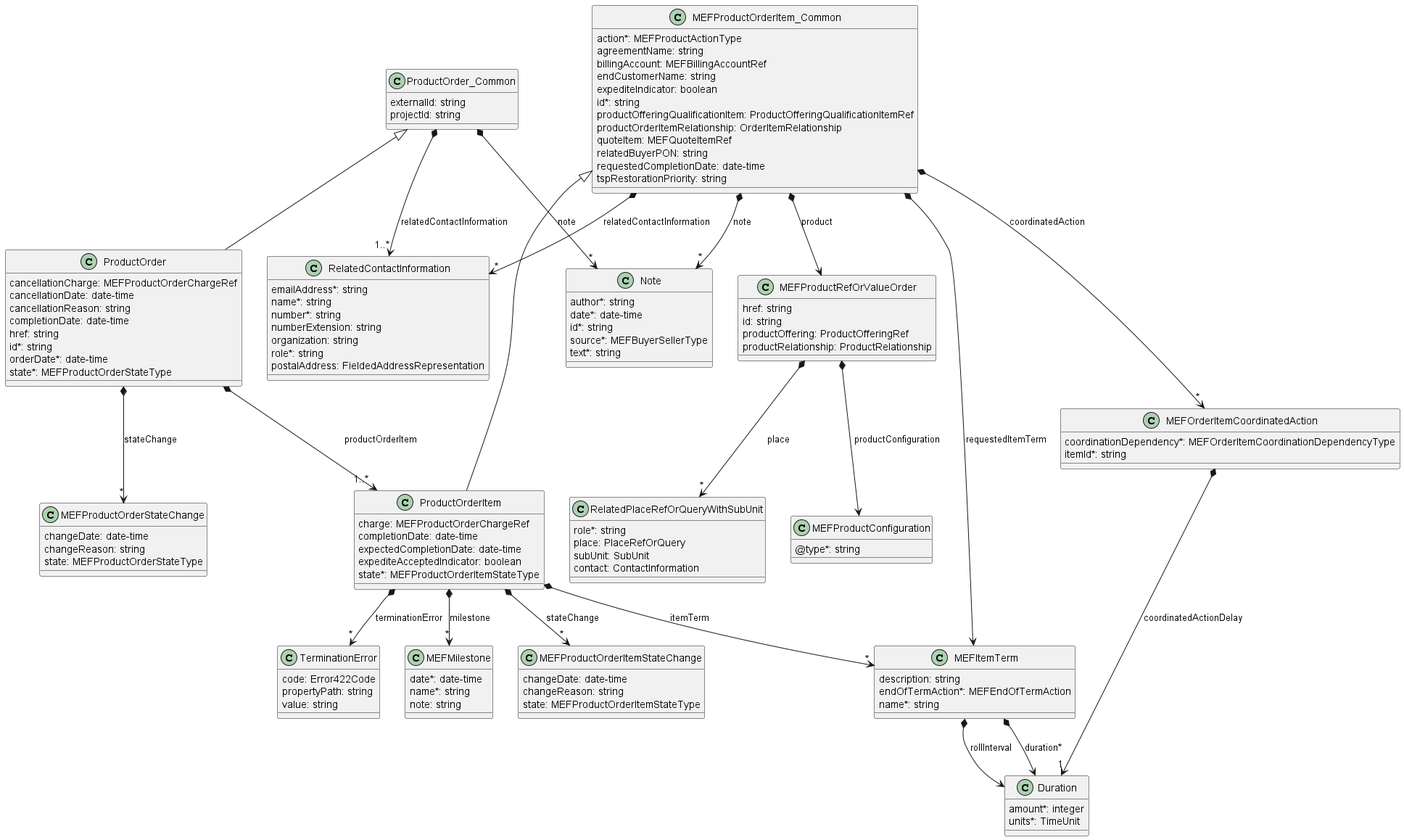
The PlantUML diagram documentation/productApi/order/media/productOrderResponseModel.png in MEF-GIT/MEF-LSO-Sonata-SDK, before a commit.
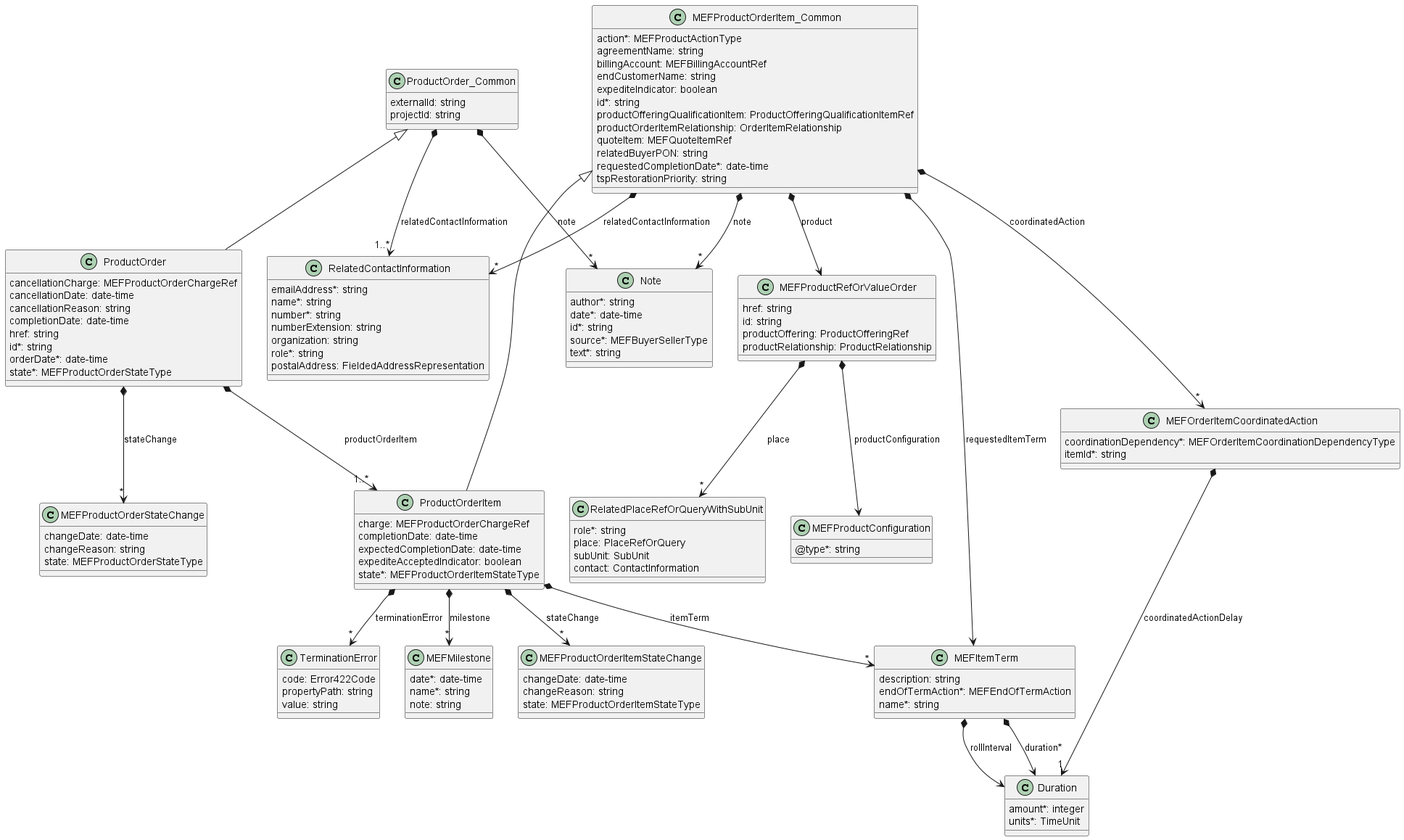
After the change.

The edit, as a diff of the source:
```diff
@@ -122,7 +122,7 @@
     productOrderItemRelationship: OrderItemRelationship
     quoteItem: MEFQuoteItemRef
     relatedBuyerPON: string
-    requestedCompletionDate: date-time
+    requestedCompletionDate*: date-time
     tspRestorationPriority: string
 }
 
```
